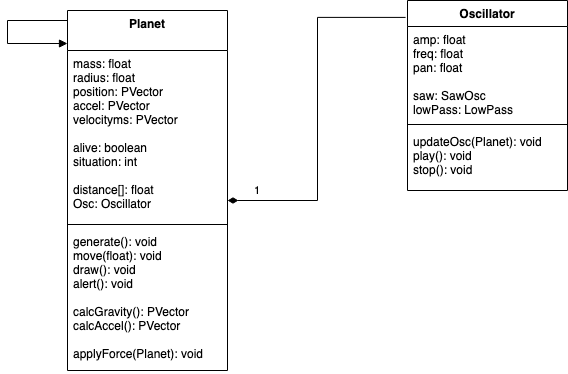
Earlier version of the draw.io export Klassendiagramm.drawio.png (Kepasu/Informatik-Projekt-S1). Source tidied: cells renumbered, new cells last; positions are measured from the earlier drawing's top-left corner, leaving out a move shared by most shapes.
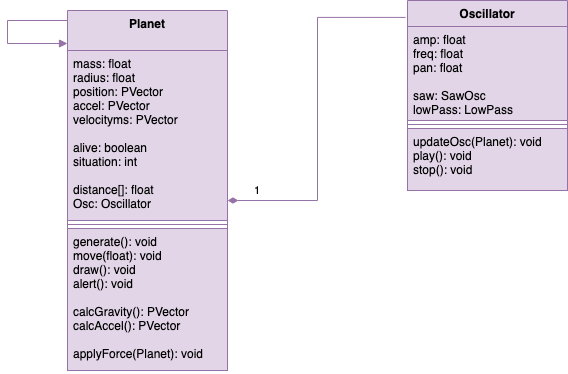
After the commit.

Diff of the diagram source:
```diff
@@ -2,10 +2,10 @@
   <root>
     <mxCell id="0" />
     <mxCell id="1" parent="0" />
-    <mxCell id="2" value="Planet" style="swimlane;fontStyle=1;align=center;verticalAlign=top;horizontal=1;startSize=40;" parent="1" vertex="1">
+    <mxCell id="2" value="Planet" style="swimlane;fontStyle=1;align=center;verticalAlign=top;horizontal=1;startSize=40;fillColor=#e1d5e7;strokeColor=#9673a6;" parent="1" vertex="1">
       <mxGeometry x="60" y="10" width="160" height="360" as="geometry" />
     </mxCell>
-    <mxCell id="3" style="endArrow=block;endFill=1;html=1;edgeStyle=orthogonalEdgeStyle;align=left;verticalAlign=top;rounded=0;" parent="2" edge="1">
+    <mxCell id="3" style="endArrow=block;endFill=1;html=1;edgeStyle=orthogonalEdgeStyle;align=left;verticalAlign=top;rounded=0;fillColor=#e1d5e7;strokeColor=#9673a6;" parent="2" edge="1">
       <mxGeometry x="-0.17" y="-40" relative="1" as="geometry">
         <mxPoint y="10" as="sourcePoint" />
         <mxPoint y="33" as="targetPoint" />
@@ -15,28 +15,28 @@
         </Array>
       </mxGeometry>
     </mxCell>
-    <mxCell id="4" value="mass: float&#10;radius: float&#10;position: PVector&#10;accel: PVector&#10;velocityms: PVector&#10;&#10;alive: boolean&#10;situation: int&#10;&#10;distance[]: float&#10;Osc: Oscillator&#10;" style="text;strokeColor=none;fillColor=none;align=left;verticalAlign=top;spacingLeft=4;spacingRight=4;overflow=hidden;points=[[0,0.5],[1,0.5]];portConstraint=eastwest;" parent="2" vertex="1">
+    <mxCell id="4" value="mass: float&#10;radius: float&#10;position: PVector&#10;accel: PVector&#10;velocityms: PVector&#10;&#10;alive: boolean&#10;situation: int&#10;&#10;distance[]: float&#10;Osc: Oscillator&#10;" style="text;align=left;verticalAlign=top;spacingLeft=4;spacingRight=4;overflow=hidden;points=[[0,0.5],[1,0.5]];portConstraint=eastwest;fillColor=#e1d5e7;strokeColor=#9673a6;" parent="2" vertex="1">
       <mxGeometry y="40" width="160" height="170" as="geometry" />
     </mxCell>
-    <mxCell id="5" style="line;strokeWidth=1;fillColor=none;align=left;verticalAlign=middle;spacingTop=-1;spacingLeft=3;spacingRight=3;labelPosition=right;strokeColor=inherit;" parent="2" vertex="1">
+    <mxCell id="5" style="line;strokeWidth=1;align=left;verticalAlign=middle;spacingTop=-1;spacingLeft=3;spacingRight=3;labelPosition=right;fillColor=#e1d5e7;strokeColor=#9673a6;" parent="2" vertex="1">
       <mxGeometry y="210" width="160" height="8" as="geometry" />
     </mxCell>
-    <mxCell id="6" value="generate(): void&#10;move(float): void&#10;draw(): void&#10;alert(): void&#10;&#10;calcGravity(): PVector&#10;calcAccel(): PVector&#10;&#10;applyForce(Planet): void&#10;&#10;" style="text;strokeColor=none;fillColor=none;align=left;verticalAlign=top;spacingLeft=4;spacingRight=4;overflow=hidden;" parent="2" vertex="1">
+    <mxCell id="6" value="generate(): void&#10;move(float): void&#10;draw(): void&#10;alert(): void&#10;&#10;calcGravity(): PVector&#10;calcAccel(): PVector&#10;&#10;applyForce(Planet): void&#10;&#10;" style="text;align=left;verticalAlign=top;spacingLeft=4;spacingRight=4;overflow=hidden;fillColor=#e1d5e7;strokeColor=#9673a6;" parent="2" vertex="1">
       <mxGeometry y="218" width="160" height="142" as="geometry" />
     </mxCell>
-    <mxCell id="7" value="Oscillator" style="swimlane;fontStyle=1;align=center;verticalAlign=top;horizontal=1;startSize=26;" parent="1" vertex="1">
+    <mxCell id="7" value="Oscillator" style="swimlane;fontStyle=1;align=center;verticalAlign=top;horizontal=1;startSize=26;fillColor=#e1d5e7;strokeColor=#9673a6;" parent="1" vertex="1">
       <mxGeometry x="400" width="160" height="190" as="geometry" />
     </mxCell>
-    <mxCell id="8" value="amp: float&#10;freq: float&#10;pan: float&#10;&#10;saw: SawOsc&#10;lowPass: LowPass" style="text;strokeColor=none;fillColor=none;align=left;verticalAlign=top;spacingLeft=4;spacingRight=4;overflow=hidden;" parent="7" vertex="1">
+    <mxCell id="8" value="amp: float&#10;freq: float&#10;pan: float&#10;&#10;saw: SawOsc&#10;lowPass: LowPass" style="text;align=left;verticalAlign=top;spacingLeft=4;spacingRight=4;overflow=hidden;fillColor=#e1d5e7;strokeColor=#9673a6;" parent="7" vertex="1">
       <mxGeometry y="26" width="160" height="94" as="geometry" />
     </mxCell>
-    <mxCell id="9" style="line;strokeWidth=1;fillColor=none;align=left;verticalAlign=middle;spacingTop=-1;spacingLeft=3;spacingRight=3;labelPosition=right;strokeColor=inherit;" parent="7" vertex="1">
+    <mxCell id="9" style="line;strokeWidth=1;align=left;verticalAlign=middle;spacingTop=-1;spacingLeft=3;spacingRight=3;labelPosition=right;fillColor=#e1d5e7;strokeColor=#9673a6;" parent="7" vertex="1">
       <mxGeometry y="120" width="160" height="8" as="geometry" />
     </mxCell>
-    <mxCell id="10" value="updateOsc(Planet): void&#10;play(): void&#10;stop(): void&#10;" style="text;strokeColor=none;fillColor=none;align=left;verticalAlign=top;spacingLeft=4;spacingRight=4;overflow=hidden;" parent="7" vertex="1">
+    <mxCell id="10" value="updateOsc(Planet): void&#10;play(): void&#10;stop(): void&#10;" style="text;align=left;verticalAlign=top;spacingLeft=4;spacingRight=4;overflow=hidden;fillColor=#e1d5e7;strokeColor=#9673a6;" parent="7" vertex="1">
       <mxGeometry y="128" width="160" height="62" as="geometry" />
     </mxCell>
-    <mxCell id="11" value="1" style="endArrow=none;html=1;startArrow=diamondThin;startFill=1;edgeStyle=orthogonalEdgeStyle;align=left;verticalAlign=bottom;rounded=0;entryX=-0.012;entryY=0.089;entryDx=0;entryDy=0;entryPerimeter=0;strokeWidth=1;endFill=0;startSize=8;" parent="1" edge="1" source="4" target="7">
+    <mxCell id="11" value="1" style="endArrow=none;html=1;startArrow=diamondThin;startFill=1;edgeStyle=orthogonalEdgeStyle;align=left;verticalAlign=bottom;rounded=0;entryX=-0.012;entryY=0.089;entryDx=0;entryDy=0;entryPerimeter=0;strokeWidth=1;endFill=0;startSize=8;fillColor=#e1d5e7;strokeColor=#9673a6;" parent="1" edge="1" source="4" target="7">
       <mxGeometry x="-0.86" relative="1" as="geometry">
         <Array as="points">
           <mxPoint x="310" y="200" />
```
